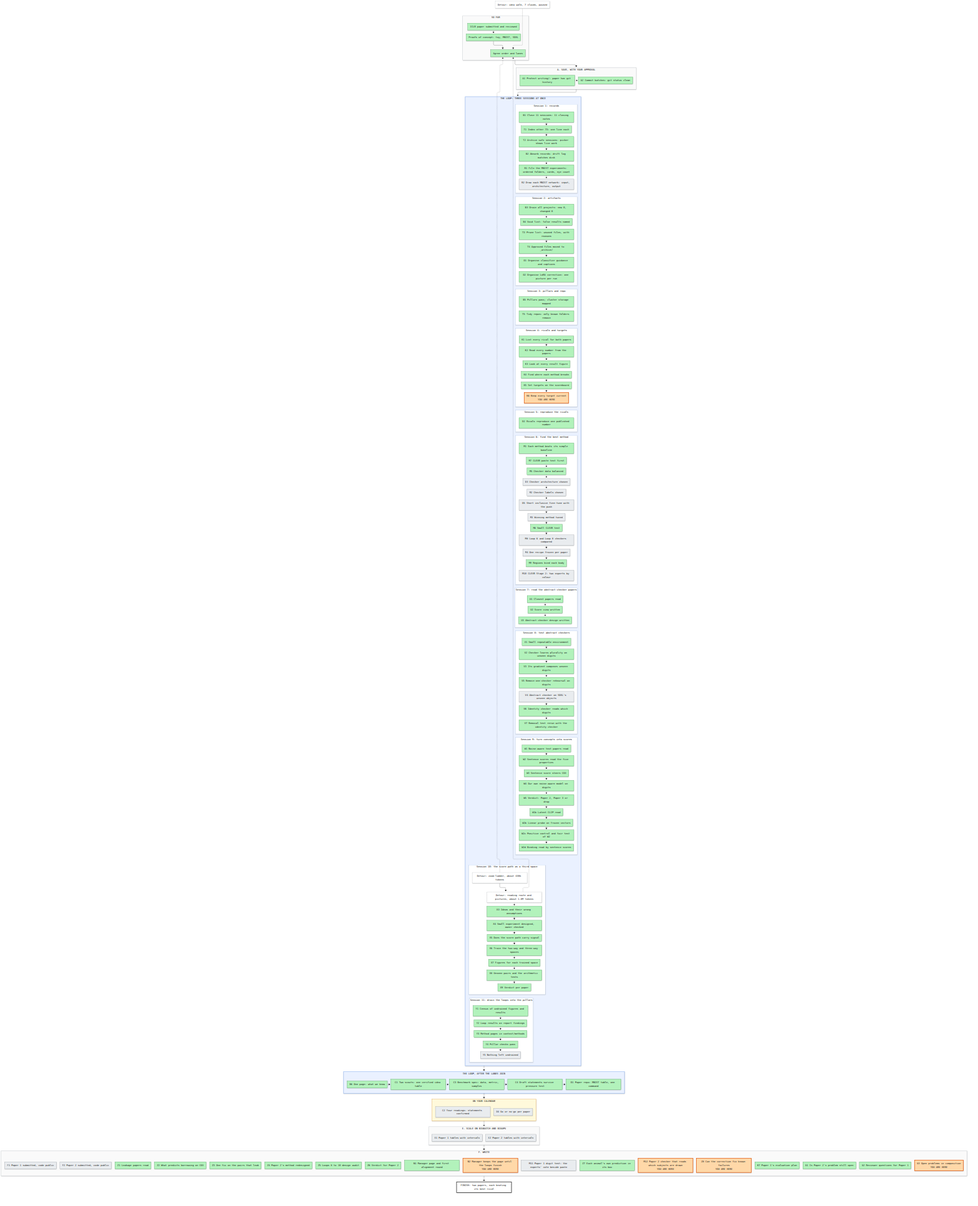
Before: artifacts/notes/progress/map.png, a diagram exported from Mermaid (mo-rsa24/concept-composition). Its source is kept beside it as artifacts/notes/progress/map.mmd.
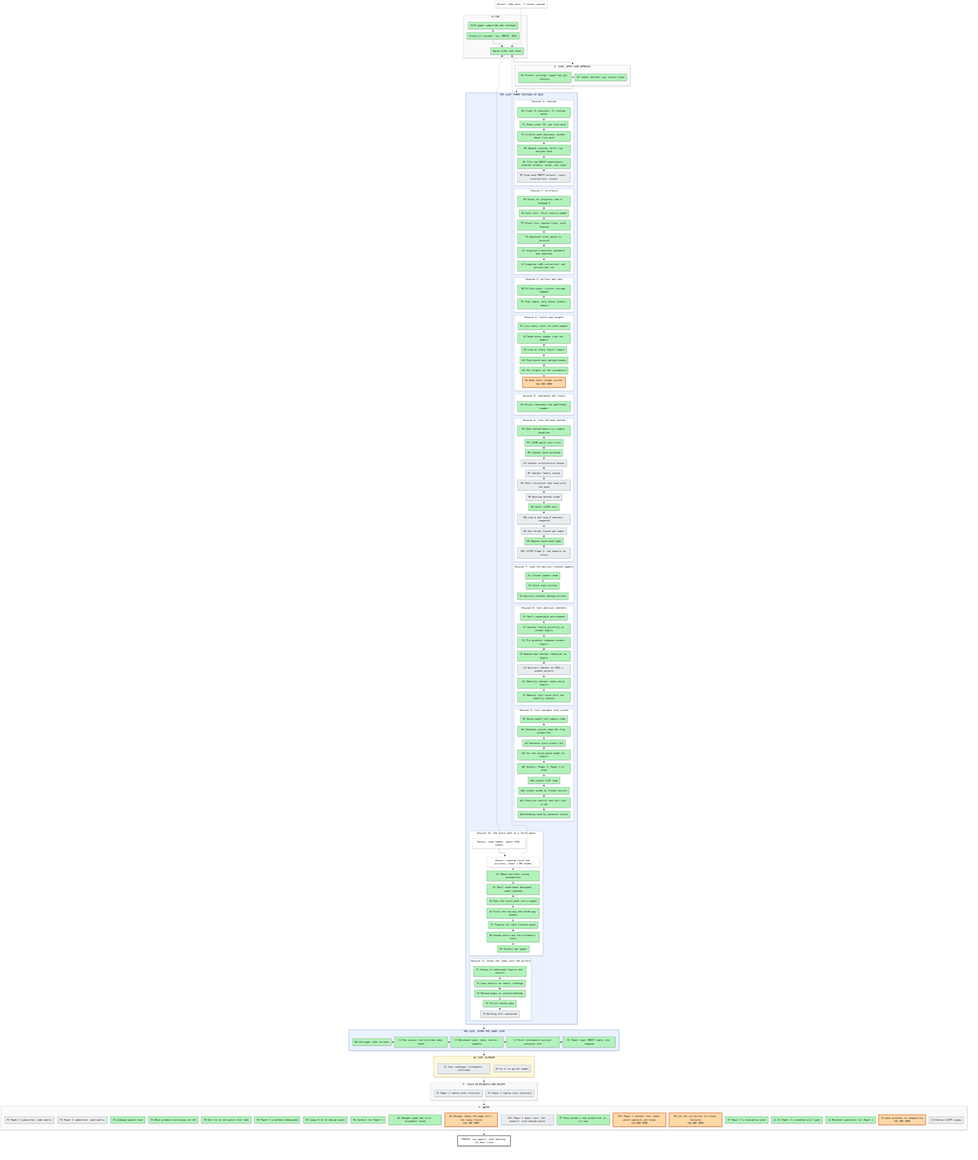
Above is the later version.

Commit message:
Manager: step G4, turn DCFM's eight limits into experiments

The edit, as a diff of the source:
```diff
@@ -74,7 +74,7 @@
   end
   subgraph SF["F. WRITE"]
     direction LR
-    F1["F1 Paper 1 submitted, code public"]:::todo ~~~ F2["F2 Paper 2 submitted, code public"]:::todo ~~~ Z1["Z1 Leakage papers read"]:::done ~~~ Z2["Z2 What predicts borrowing on CO3"]:::done ~~~ Z3["Z3 One fix on the pairs that leak"]:::done ~~~ Z4["Z4 Paper 2's method redesigned"]:::done ~~~ Z5["Z5 Loops 8 to 10 design audit"]:::done ~~~ Z6["Z6 Verdict for Paper 2"]:::done ~~~ N1["N1 Manager page and first alignment round"]:::done ~~~ N2["N2 Manager keeps the page until the loops finish<br/>YOU ARE HERE"]:::doing ~~~ M11["M11 Paper 1 digit test: the experts' vote beside paste"]:::todo ~~~ Z7["Z7 Each animal's own prediction in its box"]:::done ~~~ M12["M12 Paper 2 checker that reads which subjects are drawn<br/>YOU ARE HERE"]:::doing ~~~ Z8["Z8 Can the correction fix known failures<br/>YOU ARE HERE"]:::doing ~~~ K7["K7 Paper 1's evaluation plan"]:::done ~~~ G1["G1 Is Paper 2's problem still open"]:::done ~~~ G2["G2 Reviewer questions for Paper 1"]:::done ~~~ G3["G3 Open problems in composition<br/>YOU ARE HERE"]:::doing
+    F1["F1 Paper 1 submitted, code public"]:::todo ~~~ F2["F2 Paper 2 submitted, code public"]:::todo ~~~ Z1["Z1 Leakage papers read"]:::done ~~~ Z2["Z2 What predicts borrowing on CO3"]:::done ~~~ Z3["Z3 One fix on the pairs that leak"]:::done ~~~ Z4["Z4 Paper 2's method redesigned"]:::done ~~~ Z5["Z5 Loops 8 to 10 design audit"]:::done ~~~ Z6["Z6 Verdict for Paper 2"]:::done ~~~ N1["N1 Manager page and first alignment round"]:::done ~~~ N2["N2 Manager keeps the page until the loops finish<br/>YOU ARE HERE"]:::doing ~~~ M11["M11 Paper 1 digit test: the experts' vote beside paste"]:::todo ~~~ Z7["Z7 Each animal's own prediction in its box"]:::done ~~~ M12["M12 Paper 2 checker that reads which subjects are drawn<br/>YOU ARE HERE"]:::doing ~~~ Z8["Z8 Can the correction fix known failures<br/>YOU ARE HERE"]:::doing ~~~ K7["K7 Paper 1's evaluation plan"]:::done ~~~ G1["G1 Is Paper 2's problem still open"]:::done ~~~ G2["G2 Reviewer questions for Paper 1"]:::done ~~~ G3["G3 Open problems in composition<br/>YOU ARE HERE"]:::doing ~~~ G4["G4 Exploit DCFM's gaps"]:::todo
   end
   GOAL["FINISH: two papers, each beating its best rival"]:::goal
   X0["Detour: idea walk, 7 claims, paused"]:::detour -.-> P2
```
